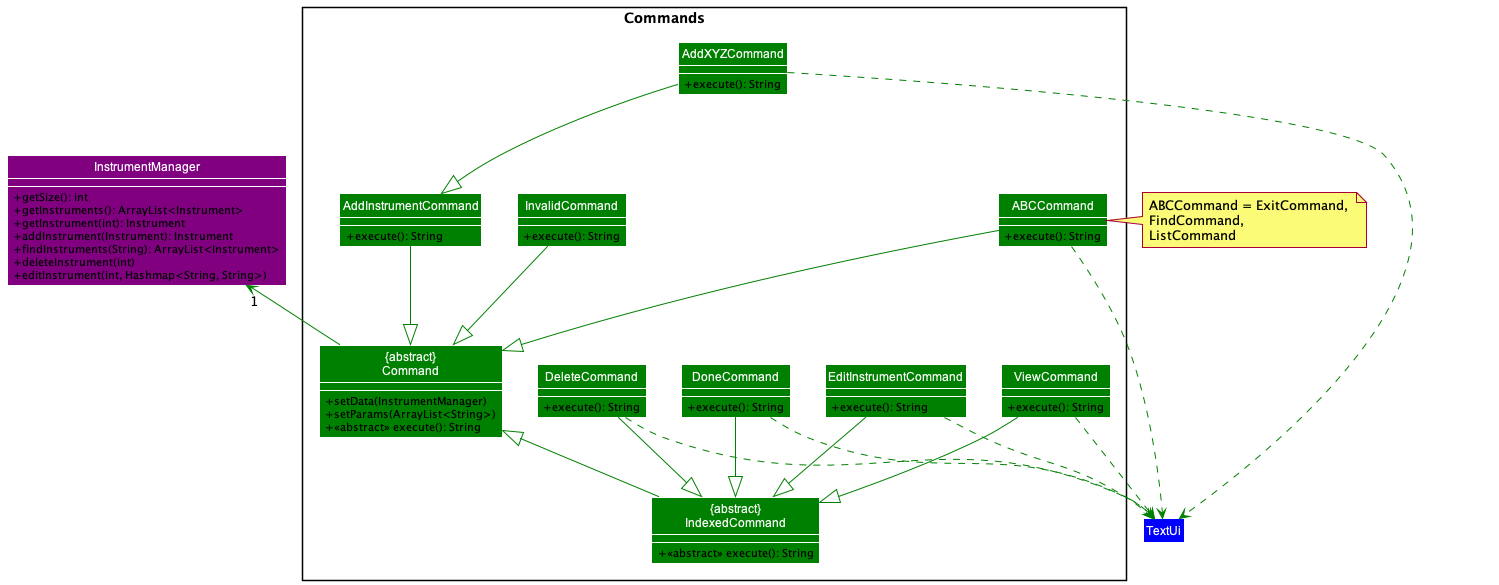
The PlantUML diagram docs/images/CommandsDiagram.png in williamlamjy/mTracker, before a commit.
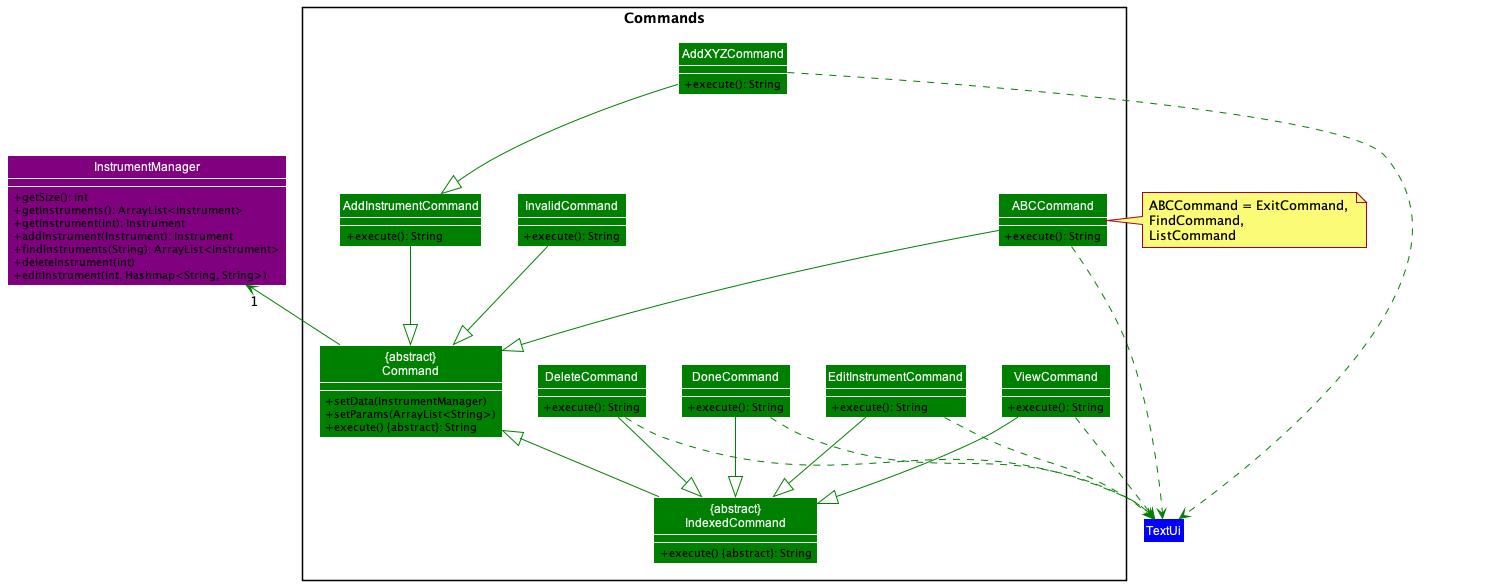
After the change.

Change to the diagram source:
```diff
@@ -5,7 +5,7 @@
      Class "{abstract}\nCommand" as Command COLOR_COMMANDS {
      {method} + setData(InstrumentManager)
      {method} + setParams(ArrayList<String>)
-     {method} + <<abstract>> execute(): String
+     {method} + execute() ABSTRACT: String
      }
      Class ViewCommand COLOR_COMMANDS {
      {method} + execute(): String
@@ -30,7 +30,7 @@
      {method} + execute(): String
      }
      Class "{abstract}\nIndexedCommand" as IndexedCommand COLOR_COMMANDS {
-     {method} + <<abstract>> execute(): String
+     {method} + execute() ABSTRACT: String
      }
 
      Class AddXYZCommand COLOR_COMMANDS {
```
